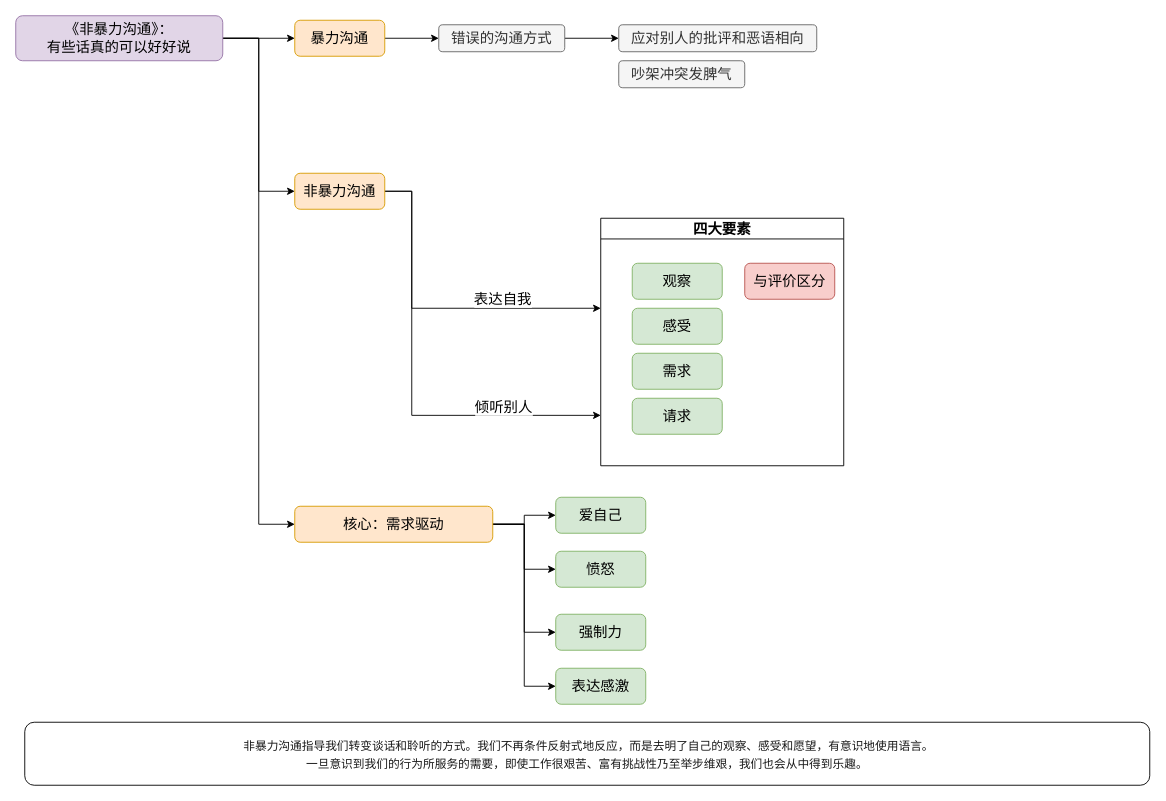
Before: source/asset/nonviolent-communication.drawio in Nirvana-zsy/zengsuyu.github.io, a draw.io diagram. Source tidied: cells renumbered, new cells numbered last; positions are measured from the earlier drawing's top-left corner, leaving out a move shared by most shapes. Both pictures are drawn from the tidied source at 90%, with x=0, y=0 at pixel (15, 15).
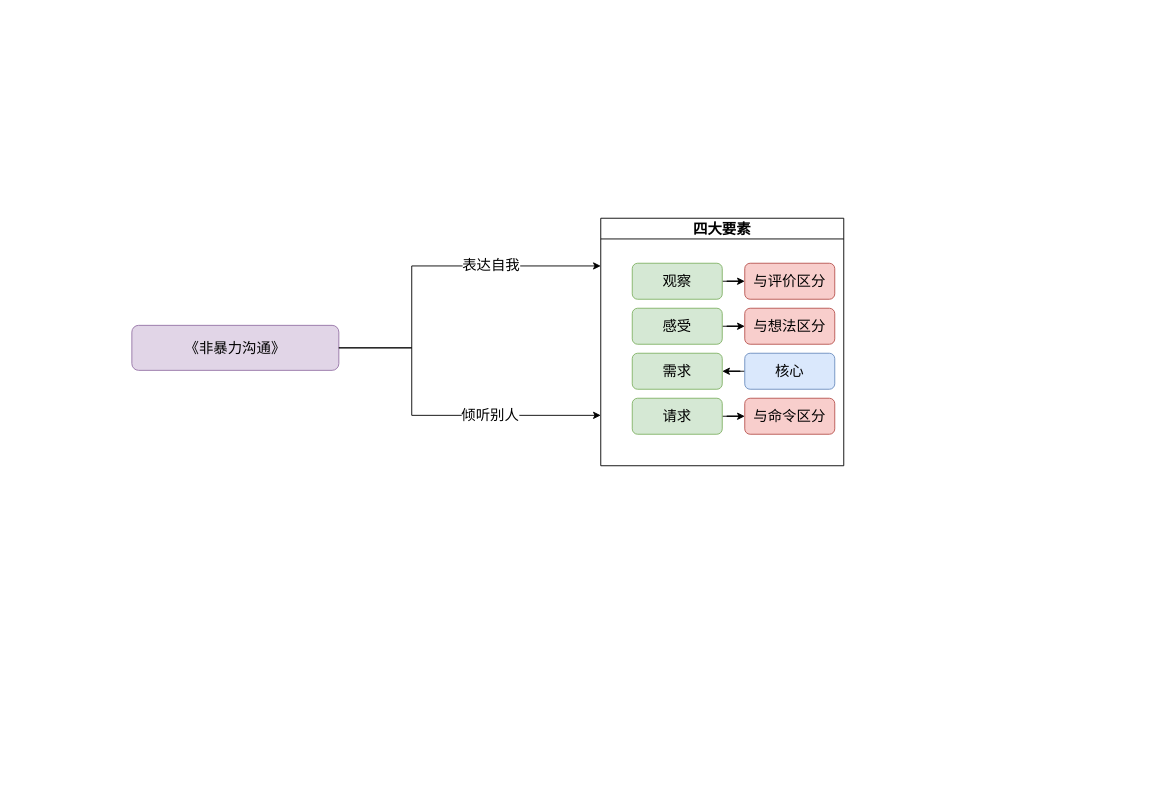
Above is the later version.

The change refers to these unchanged cells:
```xml
<mxCell id="15" value="四大要素" style="swimlane;fontSize=16;" parent="1" vertex="1">
  <mxGeometry x="650" y="225" width="270" height="275" as="geometry" />
</mxCell>
<mxCell id="16" value="感受" style="rounded=1;whiteSpace=wrap;html=1;fontSize=16;fillColor=#d5e8d4;strokeColor=#82b366;" parent="15" vertex="1">
  <mxGeometry x="35" y="100" width="100" height="40" as="geometry" />
</mxCell>
<mxCell id="17" value="需求" style="rounded=1;whiteSpace=wrap;html=1;fontSize=16;fillColor=#d5e8d4;strokeColor=#82b366;" parent="15" vertex="1">
  <mxGeometry x="35" y="150" width="100" height="40" as="geometry" />
</mxCell>
<mxCell id="18" value="请求" style="rounded=1;whiteSpace=wrap;html=1;fontSize=16;fillColor=#d5e8d4;strokeColor=#82b366;" parent="15" vertex="1">
  <mxGeometry x="35" y="200" width="100" height="40" as="geometry" />
</mxCell>
<mxCell id="19" value="观察" style="rounded=1;whiteSpace=wrap;html=1;fontSize=16;fillColor=#d5e8d4;strokeColor=#82b366;" parent="15" vertex="1">
  <mxGeometry x="35" y="50" width="100" height="40" as="geometry" />
</mxCell>
<mxCell id="20" value="与评价区分" style="rounded=1;whiteSpace=wrap;html=1;fontSize=16;fillColor=#f8cecc;strokeColor=#b85450;" parent="15" vertex="1">
  <mxGeometry x="160" y="50" width="100" height="40" as="geometry" />
</mxCell>
```

The edit, as a diff of the source:
```diff
@@
-    <mxCell id="2" style="edgeStyle=orthogonalEdgeStyle;rounded=0;jettySize=auto;html=1;fontSize=16;" parent="1" edge="1" source="5" target="7">
-      <mxGeometry relative="1" as="geometry" />
-    </mxCell>
-    <mxCell id="3" style="edgeStyle=orthogonalEdgeStyle;rounded=0;jettySize=auto;html=1;entryX=0;entryY=0.5;entryDx=0;entryDy=0;fontSize=16;" parent="1" edge="1" source="5" target="11">
-      <mxGeometry relative="1" as="geometry">
-        <Array as="points">
-          <mxPoint x="270" y="25" />
-          <mxPoint x="270" y="195" />
-        </Array>
-      </mxGeometry>
-    </mxCell>
-    <mxCell id="4" style="edgeStyle=orthogonalEdgeStyle;rounded=0;jettySize=auto;html=1;entryX=0;entryY=0.5;entryDx=0;entryDy=0;fontSize=16;" parent="1" edge="1" source="5" target="25">
-      <mxGeometry relative="1" as="geometry">
-        <Array as="points">
-          <mxPoint x="270" y="25" />
-          <mxPoint x="270" y="565" />
-        </Array>
-      </mxGeometry>
-    </mxCell>
-    <mxCell id="5" value="&lt;span style=&quot;white-space: normal&quot;&gt;《非暴力沟通》：&lt;br&gt;有些话真的可以好好说&lt;/span&gt;" style="rounded=1;whiteSpace=wrap;html=1;fontSize=16;fillColor=#e1d5e7;strokeColor=#9673a6;" parent="1" vertex="1">
-      <mxGeometry width="230" height="50" as="geometry" />
+    <mxCell id="5" value="&lt;span style=&quot;white-space: normal&quot;&gt;《非暴力沟通》&lt;/span&gt;" style="rounded=1;whiteSpace=wrap;html=1;fontSize=16;fillColor=#e1d5e7;strokeColor=#9673a6;" parent="1" vertex="1">
+      <mxGeometry x="129" y="344" width="230" height="50" as="geometry" />
     </mxCell>
-    <mxCell id="6" style="edgeStyle=orthogonalEdgeStyle;rounded=0;jettySize=auto;html=1;fontSize=16;" parent="1" edge="1" source="7" target="13">
-      <mxGeometry relative="1" as="geometry" />
-    </mxCell>
-    <mxCell id="7" value="暴力沟通" style="rounded=1;whiteSpace=wrap;html=1;fontSize=16;fillColor=#ffe6cc;strokeColor=#d79b00;" parent="1" vertex="1">
-      <mxGeometry x="310" y="5" width="100" height="40" as="geometry" />
-    </mxCell>
-    <mxCell id="8" style="edgeStyle=orthogonalEdgeStyle;rounded=0;jettySize=auto;html=1;fontSize=16;" parent="1" edge="1" source="11">
+    <mxCell id="8" style="edgeStyle=orthogonalEdgeStyle;rounded=0;jettySize=auto;html=1;fontSize=16;exitX=1;exitY=0.5;exitDx=0;exitDy=0;" parent="1" edge="1" source="5">
       <mxGeometry relative="1" as="geometry">
-        <mxPoint x="650" y="325" as="targetPoint" />
+        <mxPoint x="650" y="278" as="targetPoint" />
         <Array as="points">
-          <mxPoint x="440" y="195" />
-          <mxPoint x="440" y="325" />
+          <mxPoint x="440" y="369" />
+          <mxPoint x="440" y="278" />
         </Array>
       </mxGeometry>
     </mxCell>
     <mxCell id="9" value="表达自我" style="text;html=1;align=center;verticalAlign=middle;labelBackgroundColor=#ffffff;fontSize=16;" parent="8" vertex="1">
       <mxGeometry x="-0.34" y="-11" relative="1" as="geometry">
-        <mxPoint x="111" y="27" as="offset" />
+        <mxPoint x="76" y="-48" as="offset" />
       </mxGeometry>
     </mxCell>
-    <mxCell id="10" value="倾听别人" style="edgeStyle=orthogonalEdgeStyle;rounded=0;jettySize=auto;html=1;fontSize=16;" parent="1" edge="1" source="11">
-      <mxGeometry x="0.56" y="9" relative="1" as="geometry">
+    <mxCell id="10" value="倾听别人" style="edgeStyle=orthogonalEdgeStyle;rounded=0;jettySize=auto;html=1;fontSize=16;exitX=1;exitY=0.5;exitDx=0;exitDy=0;" parent="1" edge="1" source="5">
+      <mxGeometry x="0.33" relative="1" as="geometry">
         <mxPoint x="650" y="444" as="targetPoint" />
         <Array as="points">
+          <mxPoint x="440" y="369" />
           <mxPoint x="440" y="444" />
         </Array>
       </mxGeometry>
     </mxCell>
-    <mxCell id="11" value="非暴力沟通" style="rounded=1;whiteSpace=wrap;html=1;fontSize=16;fillColor=#ffe6cc;strokeColor=#d79b00;" parent="1" vertex="1">
-      <mxGeometry x="310" y="175" width="100" height="40" as="geometry" />
-    </mxCell>
-    <mxCell id="12" style="edgeStyle=orthogonalEdgeStyle;rounded=0;jettySize=auto;html=1;fontSize=16;" parent="1" edge="1" source="13" target="14">
-      <mxGeometry relative="1" as="geometry" />
-    </mxCell>
-    <mxCell id="13" value="错误的沟通方式" style="rounded=1;whiteSpace=wrap;html=1;fontSize=16;fillColor=#f5f5f5;strokeColor=#666666;fontColor=#333333;" parent="1" vertex="1">
-      <mxGeometry x="470" y="10" width="140" height="30" as="geometry" />
-    </mxCell>
-    <mxCell id="14" value="应对别人的批评和恶语相向" style="rounded=1;whiteSpace=wrap;html=1;fontSize=16;fillColor=#f5f5f5;strokeColor=#666666;fontColor=#333333;" parent="1" vertex="1">
-      <mxGeometry x="670" y="10" width="220" height="30" as="geometry" />
-    </mxCell>
@@
+    <mxCell id="32" style="edgeStyle=orthogonalEdgeStyle;rounded=0;jettySize=auto;html=1;entryX=0;entryY=0.5;entryDx=0;entryDy=0;fontSize=16;" parent="15" edge="1" source="16" target="35">
+      <mxGeometry relative="1" as="geometry" />
+    </mxCell>
@@
+    <mxCell id="33" style="edgeStyle=orthogonalEdgeStyle;rounded=0;jettySize=auto;html=1;fontSize=16;" parent="15" edge="1" source="18" target="36">
+      <mxGeometry relative="1" as="geometry" />
+    </mxCell>
@@
+    <mxCell id="34" style="edgeStyle=orthogonalEdgeStyle;rounded=0;jettySize=auto;html=1;fontSize=16;" parent="15" edge="1" source="19" target="20">
+      <mxGeometry relative="1" as="geometry" />
+    </mxCell>
@@
-    <mxCell id="21" style="edgeStyle=orthogonalEdgeStyle;rounded=0;jettySize=auto;html=1;fontSize=16;" parent="1" edge="1" source="25" target="26">
-      <mxGeometry relative="1" as="geometry" />
-    </mxCell>
-    <mxCell id="22" style="edgeStyle=orthogonalEdgeStyle;rounded=0;jettySize=auto;html=1;entryX=0;entryY=0.5;entryDx=0;entryDy=0;fontSize=16;" parent="1" edge="1" source="25" target="27">
-      <mxGeometry relative="1" as="geometry" />
-    </mxCell>
-    <mxCell id="23" style="edgeStyle=orthogonalEdgeStyle;rounded=0;jettySize=auto;html=1;entryX=0;entryY=0.5;entryDx=0;entryDy=0;fontSize=16;" parent="1" edge="1" source="25" target="28">
-      <mxGeometry relative="1" as="geometry" />
-    </mxCell>
-    <mxCell id="24" style="edgeStyle=orthogonalEdgeStyle;rounded=0;jettySize=auto;html=1;entryX=0;entryY=0.5;entryDx=0;entryDy=0;fontSize=16;" parent="1" edge="1" source="25" target="29">
-      <mxGeometry relative="1" as="geometry" />
-    </mxCell>
-    <mxCell id="25" value="核心：需求驱动" style="rounded=1;whiteSpace=wrap;html=1;fontSize=16;fillColor=#ffe6cc;strokeColor=#d79b00;" parent="1" vertex="1">
-      <mxGeometry x="310" y="545" width="220" height="40" as="geometry" />
-    </mxCell>
-    <mxCell id="26" value="爱自己" style="rounded=1;whiteSpace=wrap;html=1;fontSize=16;fillColor=#d5e8d4;strokeColor=#82b366;" parent="1" vertex="1">
-      <mxGeometry x="600" y="535" width="100" height="40" as="geometry" />
-    </mxCell>
-    <mxCell id="27" value="愤怒" style="rounded=1;whiteSpace=wrap;html=1;fontSize=16;fillColor=#d5e8d4;strokeColor=#82b366;" parent="1" vertex="1">
-      <mxGeometry x="600" y="595" width="100" height="40" as="geometry" />
-    </mxCell>
-    <mxCell id="28" value="强制力" style="rounded=1;whiteSpace=wrap;html=1;fontSize=16;fillColor=#d5e8d4;strokeColor=#82b366;" parent="1" vertex="1">
-      <mxGeometry x="600" y="665" width="100" height="40" as="geometry" />
-    </mxCell>
-    <mxCell id="29" value="表达感激" style="rounded=1;whiteSpace=wrap;html=1;fontSize=16;fillColor=#d5e8d4;strokeColor=#82b366;" parent="1" vertex="1">
-      <mxGeometry x="600" y="725" width="100" height="40" as="geometry" />
-    </mxCell>
-    <mxCell id="30" value="吵架冲突发脾气" style="rounded=1;whiteSpace=wrap;html=1;fontSize=16;fillColor=#f5f5f5;strokeColor=#666666;fontColor=#333333;" parent="1" vertex="1">
-      <mxGeometry x="670" y="50" width="140" height="30" as="geometry" />
-    </mxCell>
-    <mxCell id="31" value="&lt;span style=&quot;text-align: left ; color: rgb(25 , 25 , 25) ; font-family: &amp;#34;helvetica&amp;#34; , &amp;#34;arial&amp;#34; , sans-serif ; font-size: 13px ; white-space: normal&quot;&gt;&amp;nbsp;非暴力沟通指导我们转变谈话和聆听的方式。我们不再条件反射式地反应，而是去明了自己的观察、感受和愿望，有意识地使用语言。&lt;/span&gt;&lt;span style=&quot;text-align: left ; color: rgb(25 , 25 , 25) ; font-family: &amp;#34;helvetica&amp;#34; , &amp;#34;arial&amp;#34; , sans-serif ; font-size: 13px ; white-space: normal&quot;&gt;&lt;br&gt;一旦意识到我们的行为所服务的需要，即使工作很艰苦、富有挑战性乃至举步维艰，我们也会从中得到乐趣。&lt;/span&gt;" style="rounded=1;whiteSpace=wrap;html=1;fontSize=16;" parent="1" vertex="1">
-      <mxGeometry x="10" y="785" width="1250" height="70" as="geometry" />
-    </mxCell>
+    <mxCell id="35" value="与想法区分" style="rounded=1;whiteSpace=wrap;html=1;fontSize=16;fillColor=#f8cecc;strokeColor=#b85450;" parent="15" vertex="1">
+      <mxGeometry x="160" y="100" width="100" height="40" as="geometry" />
+    </mxCell>
+    <mxCell id="36" value="与命令区分" style="rounded=1;whiteSpace=wrap;html=1;fontSize=16;fillColor=#f8cecc;strokeColor=#b85450;" parent="15" vertex="1">
+      <mxGeometry x="160" y="200" width="100" height="40" as="geometry" />
+    </mxCell>
+    <mxCell id="37" style="edgeStyle=orthogonalEdgeStyle;rounded=0;jettySize=auto;html=1;entryX=1;entryY=0.5;entryDx=0;entryDy=0;fontSize=16;" parent="15" edge="1" source="38" target="17">
+      <mxGeometry relative="1" as="geometry" />
+    </mxCell>
+    <mxCell id="38" value="核心" style="rounded=1;whiteSpace=wrap;html=1;fontSize=16;fillColor=#dae8fc;strokeColor=#6c8ebf;" parent="15" vertex="1">
+      <mxGeometry x="160" y="150" width="100" height="40" as="geometry" />
+    </mxCell>
```
